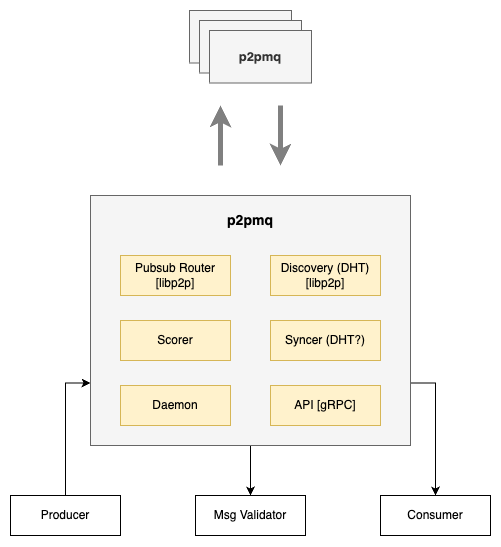
The draw.io diagram resources/img/p2pmq-node.png in amirylm/p2pmq, before a commit. Source tidied: cells renumbered, new cells last; positions are measured from the earlier drawing's top-left corner, leaving out a move shared by most shapes. Source of this version:
```xml
<mxGraphModel>
  <root>
    <mxCell id="0" />
    <mxCell id="1" parent="0" />
    <mxCell id="2" style="edgeStyle=orthogonalEdgeStyle;rounded=0;jettySize=auto;html=1;exitX=0.5;exitY=1;exitDx=0;exitDy=0;" parent="1" edge="1" source="8" target="3">
      <mxGeometry relative="1" as="geometry" />
    </mxCell>
    <mxCell id="3" value="Msg Validator" style="rounded=0;whiteSpace=wrap;html=1;" parent="1" vertex="1">
      <mxGeometry x="185" y="485" width="110" height="40" as="geometry" />
    </mxCell>
    <mxCell id="4" value="Consumer" style="rounded=0;whiteSpace=wrap;html=1;" parent="1" vertex="1">
      <mxGeometry x="370" y="485" width="110" height="40" as="geometry" />
    </mxCell>
    <mxCell id="5" style="edgeStyle=orthogonalEdgeStyle;rounded=0;jettySize=auto;html=1;exitX=0.5;exitY=0;exitDx=0;exitDy=0;entryX=0;entryY=0.75;entryDx=0;entryDy=0;" parent="1" edge="1" source="6" target="8">
      <mxGeometry relative="1" as="geometry" />
    </mxCell>
    <mxCell id="6" value="Producer" style="rounded=0;whiteSpace=wrap;html=1;" parent="1" vertex="1">
      <mxGeometry y="485" width="110" height="40" as="geometry" />
    </mxCell>
    <mxCell id="7" style="edgeStyle=orthogonalEdgeStyle;rounded=0;jettySize=auto;html=1;exitX=1;exitY=0.75;exitDx=0;exitDy=0;entryX=0.5;entryY=0;entryDx=0;entryDy=0;" parent="1" edge="1" source="8" target="4">
      <mxGeometry relative="1" as="geometry" />
    </mxCell>
    <mxCell id="8" style="rounded=0;whiteSpace=wrap;html=1;fillColor=#f5f5f5;fontColor=#333333;strokeColor=#666666;" parent="1" vertex="1">
      <mxGeometry x="80" y="185" width="320" height="250" as="geometry" />
    </mxCell>
    <mxCell id="9" value="API [gRPC]" style="rounded=0;whiteSpace=wrap;html=1;fillColor=#fff2cc;strokeColor=#d6b656;" parent="1" vertex="1">
      <mxGeometry x="260" y="375" width="110" height="40" as="geometry" />
    </mxCell>
    <mxCell id="10" value="Daemon" style="rounded=0;whiteSpace=wrap;html=1;fillColor=#fff2cc;strokeColor=#d6b656;" parent="1" vertex="1">
      <mxGeometry x="110" y="375" width="110" height="40" as="geometry" />
    </mxCell>
    <mxCell id="11" value="Syncer (DHT?)" style="rounded=0;whiteSpace=wrap;html=1;fillColor=#fff2cc;strokeColor=#d6b656;" parent="1" vertex="1">
      <mxGeometry x="260" y="310" width="110" height="40" as="geometry" />
    </mxCell>
    <mxCell id="12" value="Scorer" style="rounded=0;whiteSpace=wrap;html=1;fillColor=#fff2cc;strokeColor=#d6b656;" parent="1" vertex="1">
      <mxGeometry x="110" y="310" width="110" height="40" as="geometry" />
    </mxCell>
    <mxCell id="13" value="p2pmq" style="text;html=1;strokeColor=none;fillColor=none;align=center;verticalAlign=middle;whiteSpace=wrap;rounded=0;fontStyle=1;fontSize=14;" parent="1" vertex="1">
      <mxGeometry x="210" y="195" width="60" height="30" as="geometry" />
    </mxCell>
    <mxCell id="14" style="endArrow=classic;html=1;rounded=0;strokeWidth=5;strokeColor=#808080;" parent="1" edge="1">
      <mxGeometry relative="1" as="geometry">
        <mxPoint x="210" y="155" as="sourcePoint" />
        <mxPoint x="210" y="95" as="targetPoint" />
      </mxGeometry>
    </mxCell>
    <mxCell id="15" style="endArrow=classic;html=1;rounded=0;strokeWidth=5;strokeColor=#808080;" parent="1" edge="1">
      <mxGeometry relative="1" as="geometry">
        <mxPoint x="270" y="95" as="sourcePoint" />
        <mxPoint x="270" y="155" as="targetPoint" />
      </mxGeometry>
    </mxCell>
    <mxCell id="16" value="Pubsub Router&lt;br&gt;[libp2p]" style="rounded=0;whiteSpace=wrap;html=1;fillColor=#fff2cc;strokeColor=#d6b656;" parent="1" vertex="1">
      <mxGeometry x="110" y="245" width="110" height="40" as="geometry" />
    </mxCell>
    <mxCell id="17" value="Discovery (DHT)&lt;br&gt;[libp2p]" style="rounded=0;whiteSpace=wrap;html=1;fillColor=#fff2cc;strokeColor=#d6b656;" parent="1" vertex="1">
      <mxGeometry x="260" y="245" width="110" height="40" as="geometry" />
    </mxCell>
    <mxCell id="18" value="&lt;b&gt;&lt;font style=&quot;font-size: 13px;&quot;&gt;p2pmq&lt;/font&gt;&lt;/b&gt;" style="rounded=0;whiteSpace=wrap;html=1;fillColor=#f5f5f5;fontColor=#333333;strokeColor=#666666;" parent="1" vertex="1">
      <mxGeometry x="179" width="102" height="52.5" as="geometry" />
    </mxCell>
    <mxCell id="19" value="&lt;b&gt;&lt;font style=&quot;font-size: 13px;&quot;&gt;p2pmq&lt;/font&gt;&lt;/b&gt;" style="rounded=0;whiteSpace=wrap;html=1;fillColor=#f5f5f5;fontColor=#333333;strokeColor=#666666;" parent="1" vertex="1">
      <mxGeometry x="189" y="10" width="102" height="52.5" as="geometry" />
    </mxCell>
    <mxCell id="20" value="&lt;b&gt;&lt;font style=&quot;font-size: 13px;&quot;&gt;p2pmq&lt;/font&gt;&lt;/b&gt;" style="rounded=0;whiteSpace=wrap;html=1;fillColor=#f5f5f5;fontColor=#333333;strokeColor=#666666;" parent="1" vertex="1">
      <mxGeometry x="199" y="20" width="102" height="52.5" as="geometry" />
    </mxCell>
  </root>
</mxGraphModel>
```
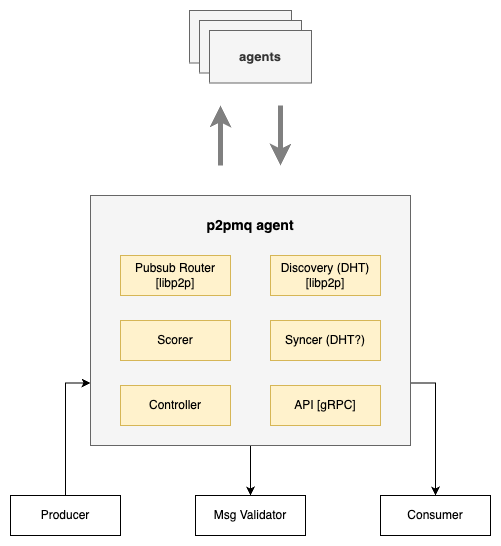
The same diagram one commit later.

The edit, as a diff of the source:
```diff
@@ -26,7 +26,7 @@
     <mxCell id="9" value="API [gRPC]" style="rounded=0;whiteSpace=wrap;html=1;fillColor=#fff2cc;strokeColor=#d6b656;" parent="1" vertex="1">
       <mxGeometry x="260" y="375" width="110" height="40" as="geometry" />
     </mxCell>
-    <mxCell id="10" value="Daemon" style="rounded=0;whiteSpace=wrap;html=1;fillColor=#fff2cc;strokeColor=#d6b656;" parent="1" vertex="1">
+    <mxCell id="10" value="Controller" style="rounded=0;whiteSpace=wrap;html=1;fillColor=#fff2cc;strokeColor=#d6b656;" parent="1" vertex="1">
       <mxGeometry x="110" y="375" width="110" height="40" as="geometry" />
     </mxCell>
     <mxCell id="11" value="Syncer (DHT?)" style="rounded=0;whiteSpace=wrap;html=1;fillColor=#fff2cc;strokeColor=#d6b656;" parent="1" vertex="1">
@@ -35,8 +35,8 @@
     <mxCell id="12" value="Scorer" style="rounded=0;whiteSpace=wrap;html=1;fillColor=#fff2cc;strokeColor=#d6b656;" parent="1" vertex="1">
       <mxGeometry x="110" y="310" width="110" height="40" as="geometry" />
     </mxCell>
-    <mxCell id="13" value="p2pmq" style="text;html=1;strokeColor=none;fillColor=none;align=center;verticalAlign=middle;whiteSpace=wrap;rounded=0;fontStyle=1;fontSize=14;" parent="1" vertex="1">
-      <mxGeometry x="210" y="195" width="60" height="30" as="geometry" />
+    <mxCell id="13" value="p2pmq agent" style="text;html=1;strokeColor=none;fillColor=none;align=center;verticalAlign=middle;whiteSpace=wrap;rounded=0;fontStyle=1;fontSize=14;" parent="1" vertex="1">
+      <mxGeometry x="189" y="200" width="102" height="30" as="geometry" />
     </mxCell>
     <mxCell id="14" style="endArrow=classic;html=1;rounded=0;strokeWidth=5;strokeColor=#808080;" parent="1" edge="1">
       <mxGeometry relative="1" as="geometry">
@@ -62,7 +62,7 @@
     <mxCell id="19" value="&lt;b&gt;&lt;font style=&quot;font-size: 13px;&quot;&gt;p2pmq&lt;/font&gt;&lt;/b&gt;" style="rounded=0;whiteSpace=wrap;html=1;fillColor=#f5f5f5;fontColor=#333333;strokeColor=#666666;" parent="1" vertex="1">
       <mxGeometry x="189" y="10" width="102" height="52.5" as="geometry" />
     </mxCell>
-    <mxCell id="20" value="&lt;b&gt;&lt;font style=&quot;font-size: 13px;&quot;&gt;p2pmq&lt;/font&gt;&lt;/b&gt;" style="rounded=0;whiteSpace=wrap;html=1;fillColor=#f5f5f5;fontColor=#333333;strokeColor=#666666;" parent="1" vertex="1">
+    <mxCell id="20" value="&lt;b&gt;&lt;font style=&quot;font-size: 13px;&quot;&gt;agents&lt;/font&gt;&lt;/b&gt;" style="rounded=0;whiteSpace=wrap;html=1;fillColor=#f5f5f5;fontColor=#333333;strokeColor=#666666;" parent="1" vertex="1">
       <mxGeometry x="199" y="20" width="102" height="52.5" as="geometry" />
     </mxCell>
   </root>
```
